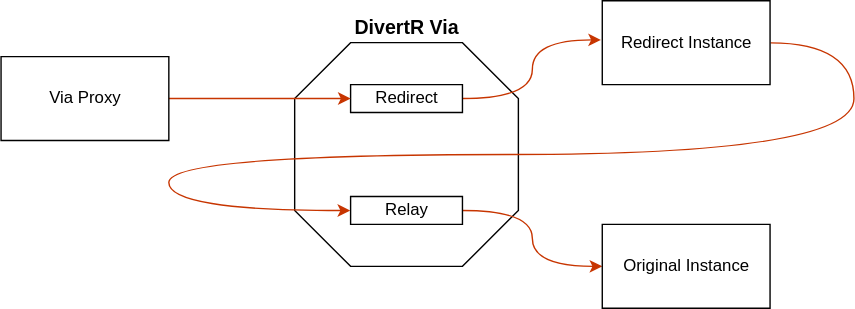
This is docs/assets/images/DivertR_Via.svg from devodo/DivertR, a draw.io export, as it was before one commit. Source tidied: cells renumbered, new cells last; positions are measured from the earlier drawing's top-left corner, leaving out a move shared by most shapes.
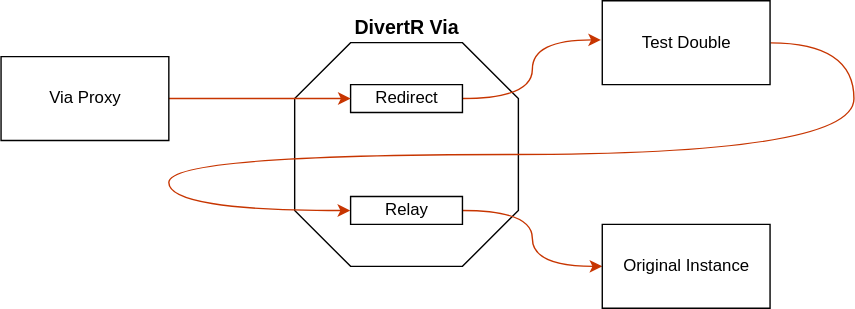
Above is the later version.

Change to the diagram source:
```diff
@@ -33,7 +33,7 @@
         </Array>
       </mxGeometry>
     </mxCell>
-    <mxCell id="10" value="Redirect Instance" style="verticalLabelPosition=middle;verticalAlign=middle;html=1;shape=mxgraph.basic.rect;fillColor2=none;strokeWidth=1;size=20;indent=5;fontSize=12;labelPosition=center;align=center;" parent="1" vertex="1">
+    <mxCell id="10" value="Test Double" style="verticalLabelPosition=middle;verticalAlign=middle;html=1;shape=mxgraph.basic.rect;fillColor2=none;strokeWidth=1;size=20;indent=5;fontSize=12;labelPosition=center;align=center;" parent="1" vertex="1">
       <mxGeometry x="430" width="120" height="60" as="geometry" />
     </mxCell>
     <mxCell id="11" value="Original Instance" style="verticalLabelPosition=middle;verticalAlign=middle;html=1;shape=mxgraph.basic.rect;fillColor2=none;strokeWidth=1;size=20;indent=5;fontSize=12;labelPosition=center;align=center;" parent="1" vertex="1">
```
